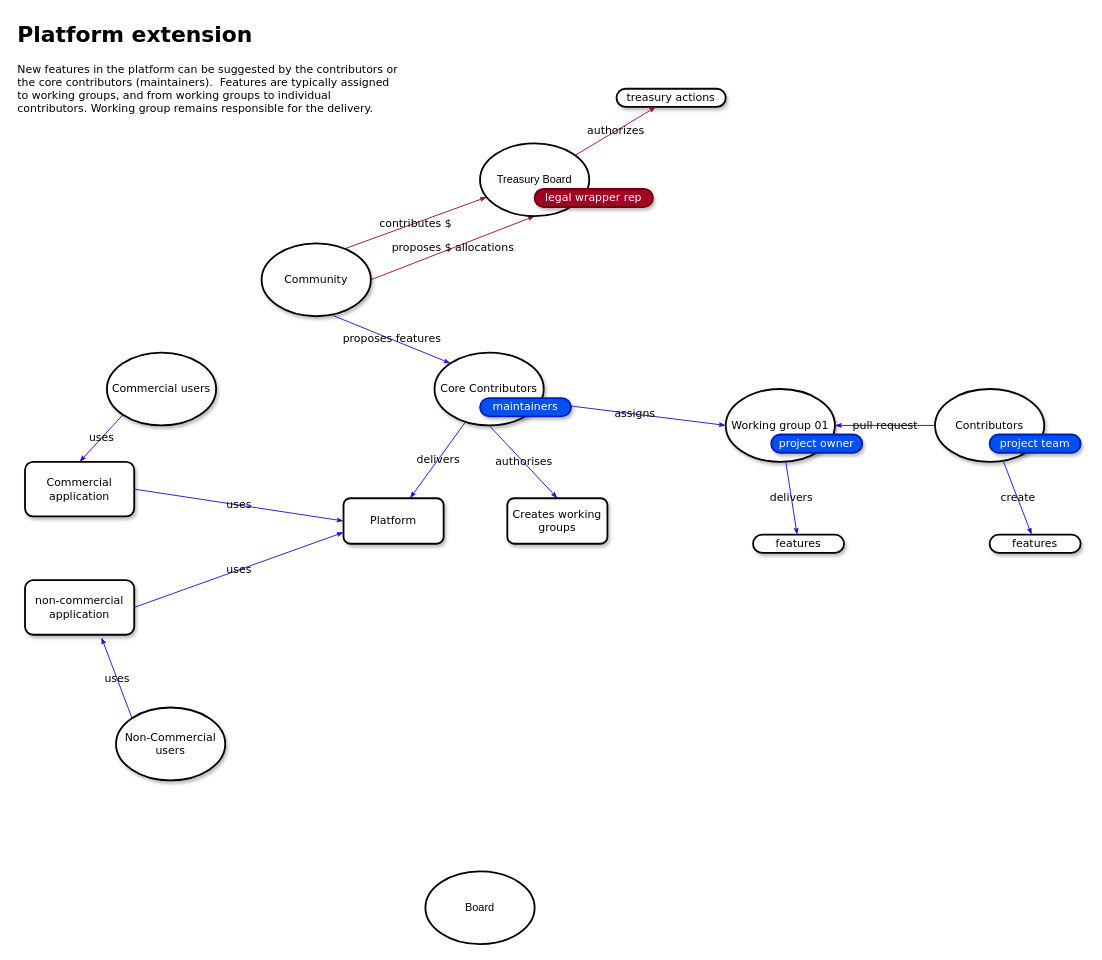
miguelangelvaldivia/open-source-economy keeps this draw.io diagram as open source economy roles.drawio. Above is the earlier version. Source tidied: cells renumbered, new cells numbered last; positions are measured from the earlier drawing's top-left corner, leaving out a move shared by most shapes. Both pictures are drawn from the tidied source at 91%, with x=0, y=0 at pixel (15, 15).
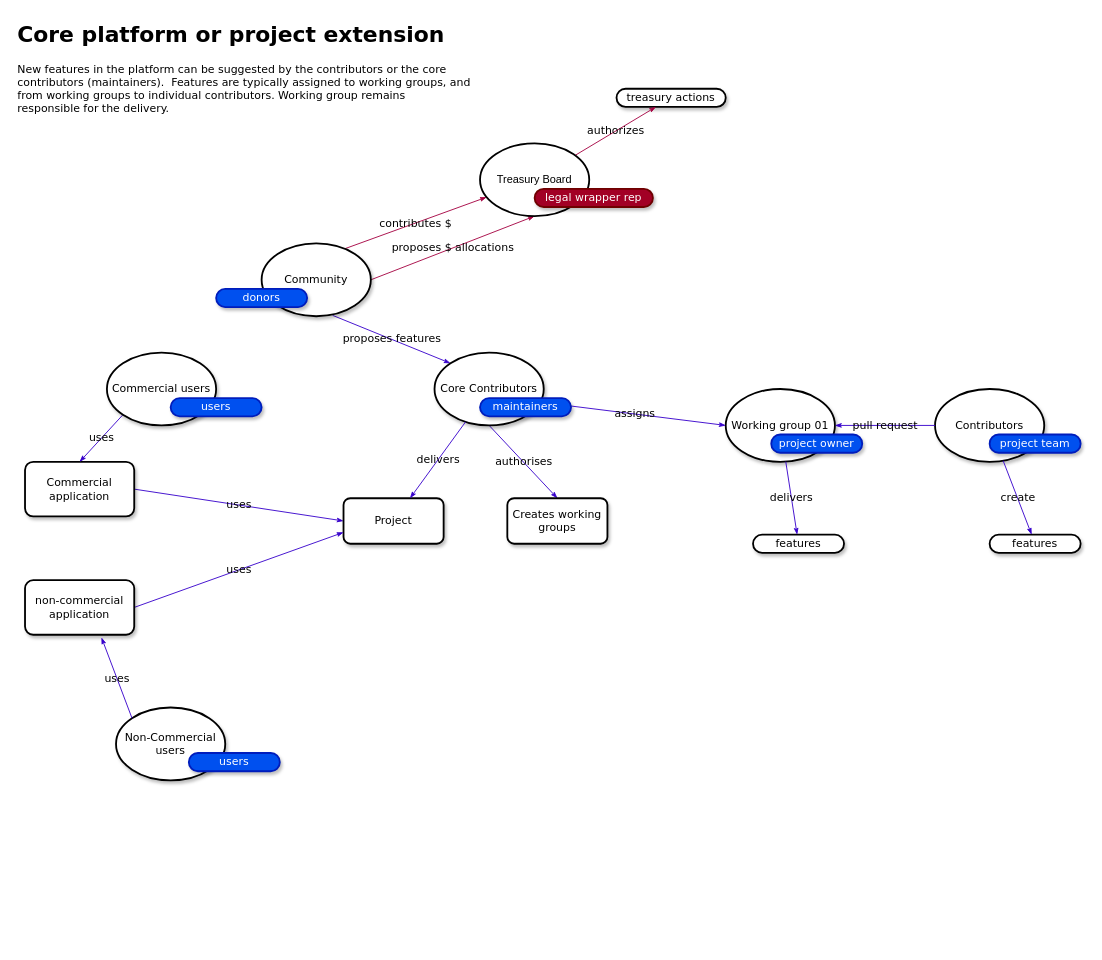
Above is the later version.

Change to the diagram source:
```diff
@@
-    <mxCell id="13" value="Platform" style="rounded=1;whiteSpace=wrap;html=1;shadow=1;comic=0;labelBackgroundColor=none;strokeWidth=2;fontFamily=Verdana;fontSize=12;align=center;" parent="1" vertex="1">
+    <mxCell id="13" value="Project" style="rounded=1;whiteSpace=wrap;html=1;shadow=1;comic=0;labelBackgroundColor=none;strokeWidth=2;fontFamily=Verdana;fontSize=12;align=center;" parent="1" vertex="1">
       <mxGeometry x="360" y="530" width="110" height="50" as="geometry" />
     </mxCell>
@@
-    <mxCell id="27" value="Board" style="ellipse;whiteSpace=wrap;html=1;strokeWidth=2;" parent="1" vertex="1">
-      <mxGeometry x="450" y="940" width="120" height="80" as="geometry" />
-    </mxCell>
@@
-    <mxCell id="31" value="&lt;h1 style=&quot;margin-top: 0px;&quot;&gt;Platform extension&lt;/h1&gt;&lt;p&gt;New features in the platform can be suggested by the contributors or the core contributors (maintainers).&amp;nbsp; Features are typically assigned to working groups, and from working groups to individual contributors. Working group remains responsible for the delivery.&lt;/p&gt;" style="text;html=1;whiteSpace=wrap;overflow=hidden;rounded=0;fontFamily=Verdana;fontSize=12;fontColor=default;labelBackgroundColor=none;" parent="1" vertex="1">
-      <mxGeometry width="420" height="120" as="geometry" />
+    <mxCell id="31" value="&lt;h1 style=&quot;margin-top: 0px;&quot;&gt;Core platform or project extension&lt;/h1&gt;&lt;p&gt;New features in the platform can be suggested by the contributors or the core contributors (maintainers).&amp;nbsp; Features are typically assigned to working groups, and from working groups to individual contributors. Working group remains responsible for the delivery.&lt;/p&gt;" style="text;html=1;whiteSpace=wrap;overflow=hidden;rounded=0;fontFamily=Verdana;fontSize=12;fontColor=default;labelBackgroundColor=none;" parent="1" vertex="1">
+      <mxGeometry width="500" height="120" as="geometry" />
     </mxCell>
@@
+    <mxCell id="36" value="donors" style="whiteSpace=wrap;html=1;rounded=1;shadow=1;comic=0;labelBackgroundColor=none;strokeWidth=2;fontFamily=Verdana;fontSize=12;align=center;arcSize=50;fillColor=#0050ef;strokeColor=#001DBC;fontColor=#ffffff;" parent="1" vertex="1">
+      <mxGeometry x="220" y="300" width="100" height="20" as="geometry" />
+    </mxCell>
+    <mxCell id="37" value="users" style="whiteSpace=wrap;html=1;rounded=1;shadow=1;comic=0;labelBackgroundColor=none;strokeWidth=2;fontFamily=Verdana;fontSize=12;align=center;arcSize=50;fillColor=#0050ef;strokeColor=#001DBC;fontColor=#ffffff;" parent="1" vertex="1">
+      <mxGeometry x="170" y="420" width="100" height="20" as="geometry" />
+    </mxCell>
+    <mxCell id="38" value="users" style="whiteSpace=wrap;html=1;rounded=1;shadow=1;comic=0;labelBackgroundColor=none;strokeWidth=2;fontFamily=Verdana;fontSize=12;align=center;arcSize=50;fillColor=#0050ef;strokeColor=#001DBC;fontColor=#ffffff;" parent="1" vertex="1">
+      <mxGeometry x="190" y="810" width="100" height="20" as="geometry" />
+    </mxCell>
```
